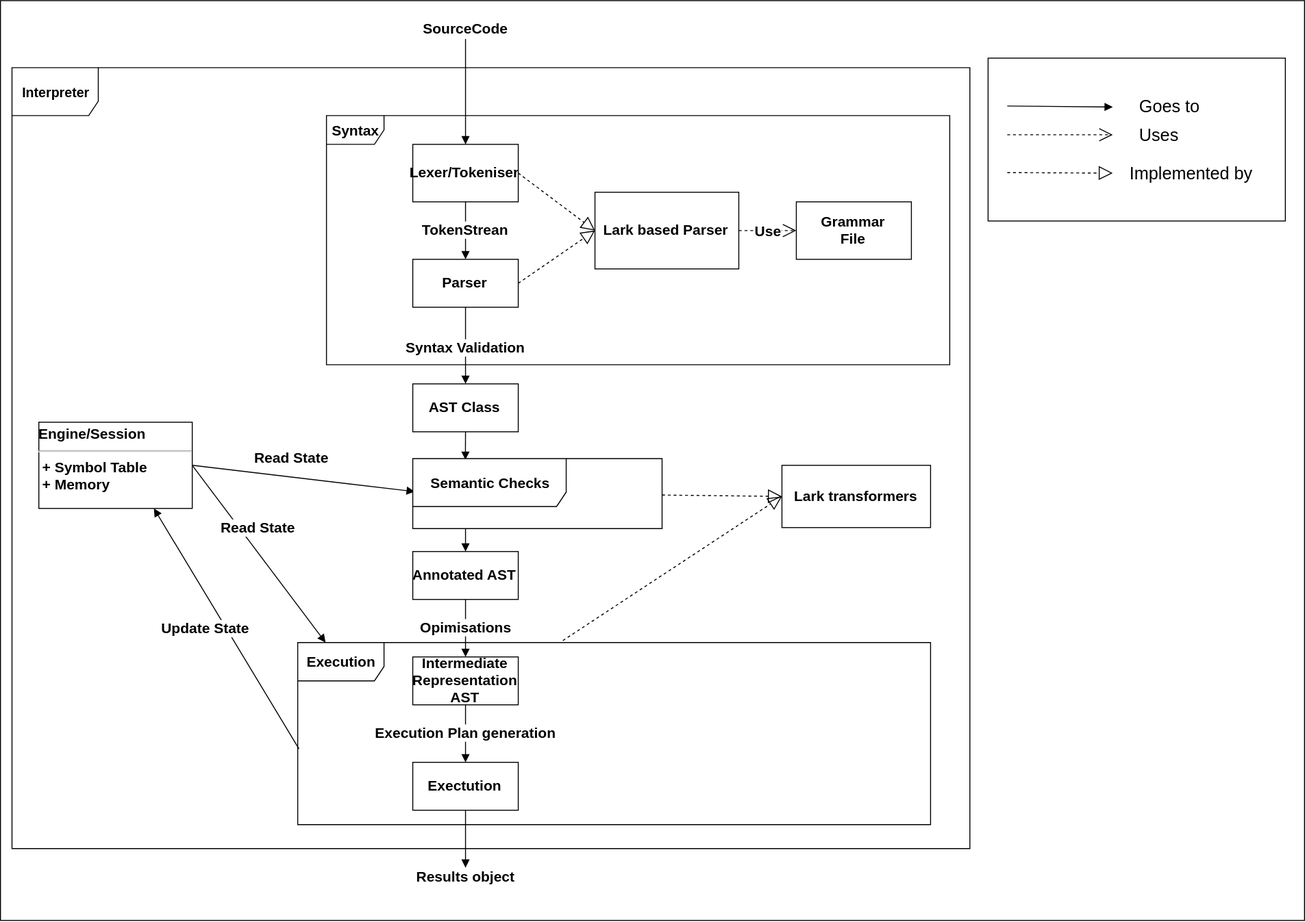
The draw.io diagram doc/interpreter_flow.svg in DeanLight/spannerlib, before a commit. Source tidied: cells renumbered, new cells last; positions are measured from the earlier drawing's top-left corner, leaving out a move shared by most shapes.
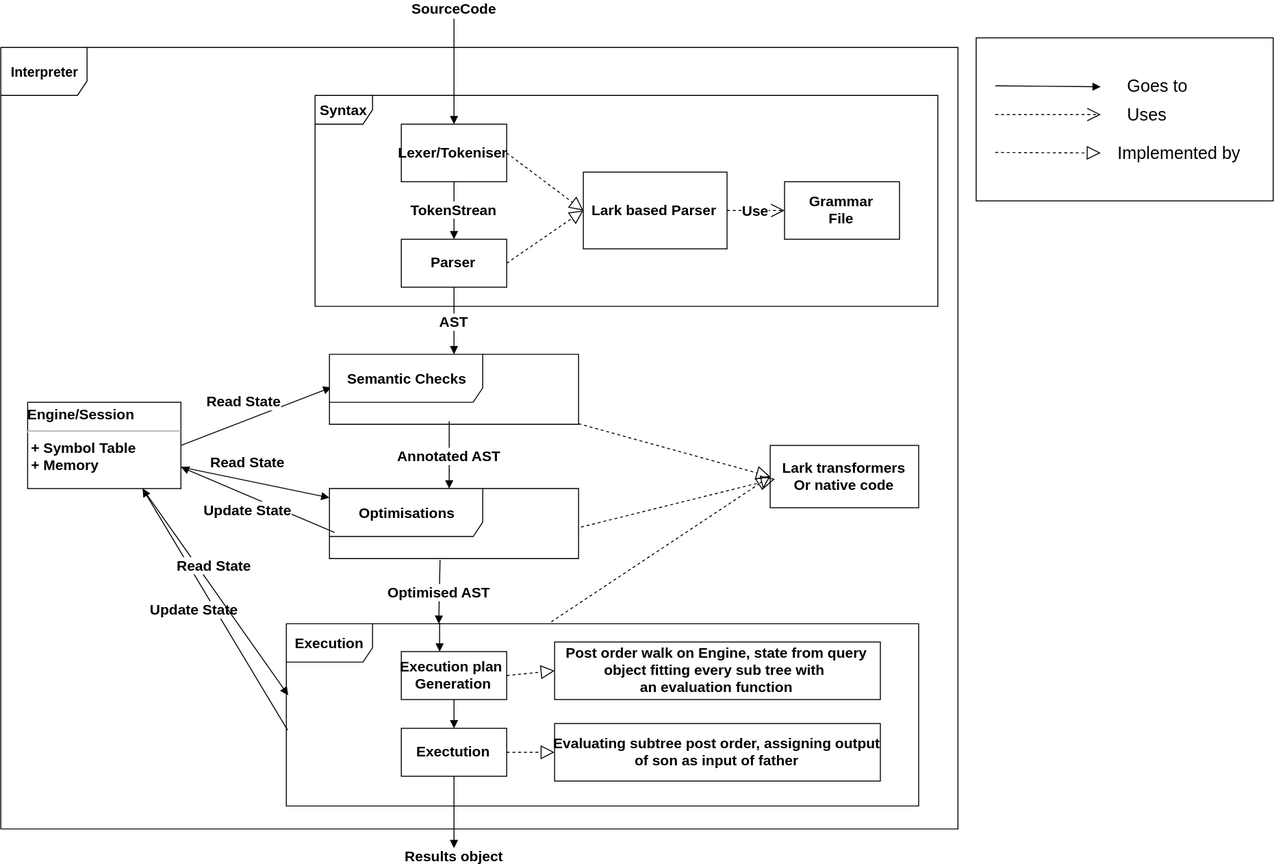
After the commit.

What changed in the source:
```diff
@@ -2,17 +2,14 @@
   <root>
     <mxCell id="0" />
     <mxCell id="1" parent="0" />
-    <mxCell id="2" style="rounded=0;whiteSpace=wrap;html=1;fontSize=14;" parent="1" vertex="1">
-      <mxGeometry width="1360" height="960" as="geometry" />
-    </mxCell>
     <mxCell id="3" value="&lt;b&gt;Interpreter&lt;/b&gt;" style="shape=umlFrame;whiteSpace=wrap;html=1;width=90;height=50;fontSize=14;" parent="1" vertex="1">
       <mxGeometry x="12" y="70" width="999" height="815" as="geometry" />
     </mxCell>
     <mxCell id="4" value="Syntax" style="shape=umlFrame;whiteSpace=wrap;html=1;fontSize=15;fontStyle=1;" parent="1" vertex="1">
-      <mxGeometry x="340" y="120" width="650" height="260" as="geometry" />
+      <mxGeometry x="340" y="120" width="650" height="220" as="geometry" />
     </mxCell>
     <mxCell id="5" value="Execution" style="shape=umlFrame;whiteSpace=wrap;html=1;width=90;height=40;fontSize=15;fontStyle=1;" parent="1" vertex="1">
-      <mxGeometry x="310" y="670" width="660" height="190" as="geometry" />
+      <mxGeometry x="310" y="671" width="660" height="190" as="geometry" />
     </mxCell>
     <mxCell id="6" value="Lexer/Tokeniser" style="html=1;fontSize=15;fontStyle=1;" parent="1" vertex="1">
       <mxGeometry x="430" y="150" width="110" height="60" as="geometry" />
@@ -28,39 +25,28 @@
     <mxCell id="9" value="TokenStrean" style="html=1;verticalAlign=bottom;endArrow=block;entryX=0.5;entryY=0;entryDx=0;entryDy=0;exitX=0.5;exitY=1;exitDx=0;exitDy=0;fontSize=15;fontStyle=1;" parent="1" edge="1" source="6" target="8">
       <mxGeometry x="0.33" relative="1" as="geometry" />
     </mxCell>
-    <mxCell id="10" value="AST Class" style="html=1;fontSize=15;fontStyle=1;" parent="1" vertex="1">
-      <mxGeometry x="430" y="400" width="110" height="50" as="geometry" />
-    </mxCell>
-    <mxCell id="11" value="Syntax Validation" style="html=1;verticalAlign=bottom;endArrow=block;entryX=0.5;entryY=0;entryDx=0;entryDy=0;exitX=0.5;exitY=1;exitDx=0;exitDy=0;fontSize=15;fontStyle=1;" parent="1" edge="1" source="8" target="10">
+    <mxCell id="11" value="AST" style="html=1;verticalAlign=bottom;endArrow=block;exitX=0.5;exitY=1;exitDx=0;exitDy=0;fontSize=15;fontStyle=1;" parent="1" edge="1" source="8" target="32">
       <mxGeometry x="0.33" relative="1" as="geometry" />
     </mxCell>
     <mxCell id="12" value="Exectution" style="html=1;fontSize=15;fontStyle=1;" parent="1" vertex="1">
-      <mxGeometry x="430" y="795" width="110" height="50" as="geometry" />
+      <mxGeometry x="430" y="780" width="110" height="50" as="geometry" />
     </mxCell>
-    <mxCell id="13" value="Execution Plan generation" style="html=1;verticalAlign=bottom;endArrow=block;entryX=0.5;entryY=0;entryDx=0;entryDy=0;exitX=0.5;exitY=1;exitDx=0;exitDy=0;fontSize=15;fontStyle=1;" parent="1" edge="1" source="14" target="12">
+    <mxCell id="13" style="html=1;verticalAlign=bottom;endArrow=block;entryX=0.5;entryY=0;entryDx=0;entryDy=0;exitX=0.5;exitY=1;exitDx=0;exitDy=0;fontSize=15;fontStyle=1;" parent="1" edge="1" source="14" target="12">
       <mxGeometry x="0.33" relative="1" as="geometry" />
     </mxCell>
-    <mxCell id="14" value="Intermediate &lt;br style=&quot;font-size: 15px;&quot;&gt;Representation &lt;br style=&quot;font-size: 15px;&quot;&gt;AST" style="html=1;fontSize=15;fontStyle=1;" parent="1" vertex="1">
-      <mxGeometry x="430" y="685" width="110" height="50" as="geometry" />
+    <mxCell id="14" value="Execution plan&amp;nbsp;&lt;br&gt;Generation" style="html=1;fontSize=15;fontStyle=1;" parent="1" vertex="1">
+      <mxGeometry x="430" y="700" width="110" height="50" as="geometry" />
     </mxCell>
-    <mxCell id="15" value="Opimisations" style="html=1;verticalAlign=bottom;endArrow=block;entryX=0.5;entryY=0;entryDx=0;entryDy=0;fontSize=15;fontStyle=1;" parent="1" edge="1" source="16" target="14">
-      <mxGeometry x="0.33" relative="1" as="geometry" />
-    </mxCell>
-    <mxCell id="16" value="Annotated AST" style="html=1;fontSize=15;fontStyle=1;" parent="1" vertex="1">
-      <mxGeometry x="430" y="575" width="110" height="50" as="geometry" />
-    </mxCell>
-    <mxCell id="17" style="html=1;verticalAlign=bottom;endArrow=block;entryX=0.211;entryY=0.018;entryDx=0;entryDy=0;exitX=0.5;exitY=1;exitDx=0;exitDy=0;fontSize=15;entryPerimeter=0;fontStyle=1;" parent="1" edge="1" source="10" target="32">
-      <mxGeometry x="0.33" relative="1" as="geometry" />
-    </mxCell>
-    <mxCell id="18" style="html=1;verticalAlign=bottom;endArrow=block;entryX=0.5;entryY=0;entryDx=0;entryDy=0;fontSize=15;fontStyle=1;" parent="1" edge="1" target="16">
+    <mxCell id="18" value="Annotated AST" style="html=1;verticalAlign=bottom;endArrow=block;fontSize=15;fontStyle=1;" parent="1" edge="1">
       <mxGeometry x="0.33" relative="1" as="geometry">
-        <mxPoint x="485" y="551" as="sourcePoint" />
+        <mxPoint x="480" y="460" as="sourcePoint" />
+        <mxPoint x="480" y="530" as="targetPoint" />
       </mxGeometry>
     </mxCell>
     <mxCell id="19" value="Update State" style="html=1;verticalAlign=bottom;endArrow=block;entryX=0.75;entryY=1;entryDx=0;entryDy=0;exitX=0.002;exitY=0.584;exitDx=0;exitDy=0;exitPerimeter=0;fontSize=15;fontStyle=1;" parent="1" edge="1" source="5" target="31">
       <mxGeometry x="0.01" y="24" relative="1" as="geometry" />
     </mxCell>
-    <mxCell id="20" value="Read State" style="html=1;verticalAlign=bottom;endArrow=block;exitX=1;exitY=0.5;exitDx=0;exitDy=0;entryX=0.044;entryY=0;entryDx=0;entryDy=0;entryPerimeter=0;fontSize=15;fontStyle=1;" parent="1" edge="1" source="31" target="5">
+    <mxCell id="20" value="Read State" style="html=1;verticalAlign=bottom;endArrow=block;exitX=0.75;exitY=1;exitDx=0;exitDy=0;entryX=0.003;entryY=0.392;entryDx=0;entryDy=0;entryPerimeter=0;fontSize=15;fontStyle=1;" parent="1" edge="1" source="31" target="5">
       <mxGeometry x="-0.12" y="9" relative="1" as="geometry" />
     </mxCell>
     <mxCell id="21" value="&lt;font style=&quot;font-size: 15px;&quot;&gt;Results object&lt;/font&gt;" style="html=1;verticalAlign=bottom;endArrow=block;exitX=0.5;exitY=1;exitDx=0;exitDy=0;fontSize=15;fontStyle=1;" parent="1" edge="1" source="12">
@@ -93,14 +79,14 @@
     <mxCell id="29" style="endArrow=block;dashed=1;endFill=0;endSize=12;html=1;fontSize=15;exitX=0.419;exitY=-0.011;exitDx=0;exitDy=0;exitPerimeter=0;entryX=0;entryY=0.5;entryDx=0;entryDy=0;fontStyle=1;" parent="1" edge="1" source="5" target="30">
       <mxGeometry relative="1" as="geometry" />
     </mxCell>
-    <mxCell id="30" value="Lark transformers" style="html=1;fontSize=15;fontStyle=1;" parent="1" vertex="1">
+    <mxCell id="30" value="Lark transformers&lt;br&gt;Or native code" style="html=1;fontSize=15;fontStyle=1;" parent="1" vertex="1">
       <mxGeometry x="815" y="485" width="155" height="65" as="geometry" />
     </mxCell>
     <mxCell id="31" value="&lt;p style=&quot;margin: 4px 0px 0px; text-align: center; font-size: 15px;&quot;&gt;&lt;/p&gt;&lt;span style=&quot;font-size: 15px; text-align: center;&quot;&gt;Engine/Session&lt;br style=&quot;font-size: 15px;&quot;&gt;&lt;/span&gt;&lt;hr style=&quot;font-size: 15px;&quot;&gt;&lt;p style=&quot;margin: 0px 0px 0px 4px; font-size: 15px;&quot;&gt;+ Symbol Table&lt;/p&gt;&lt;p style=&quot;margin: 0px 0px 0px 4px; font-size: 15px;&quot;&gt;+ Memory&amp;nbsp;&lt;/p&gt;" style="verticalAlign=top;align=left;overflow=fill;fontSize=15;fontFamily=Helvetica;html=1;fontStyle=1;" parent="1" vertex="1">
       <mxGeometry x="40" y="440" width="160" height="90" as="geometry" />
     </mxCell>
     <mxCell id="32" value="Semantic Checks" style="shape=umlFrame;whiteSpace=wrap;html=1;fontSize=15;width=160;height=50;fontStyle=1;" parent="1" vertex="1">
-      <mxGeometry x="430" y="478" width="260" height="73" as="geometry" />
+      <mxGeometry x="355" y="390" width="260" height="73" as="geometry" />
     </mxCell>
     <mxCell id="33" style="rounded=0;whiteSpace=wrap;html=1;fontSize=14;" parent="1" vertex="1">
       <mxGeometry x="1030" y="60" width="310" height="170" as="geometry" />
@@ -132,5 +118,38 @@
     <mxCell id="39" value="&lt;font style=&quot;font-size: 18px&quot;&gt;Implemented by&lt;/font&gt;" style="text;html=1;strokeColor=none;fillColor=none;align=center;verticalAlign=middle;whiteSpace=wrap;rounded=0;fontSize=14;" parent="1" vertex="1">
       <mxGeometry x="1171" y="170" width="140" height="20" as="geometry" />
     </mxCell>
+    <mxCell id="40" value="Optimisations" style="shape=umlFrame;whiteSpace=wrap;html=1;fontSize=15;width=160;height=50;fontStyle=1;" parent="1" vertex="1">
+      <mxGeometry x="355" y="530" width="260" height="73" as="geometry" />
+    </mxCell>
+    <mxCell id="41" value="Optimised AST" style="html=1;verticalAlign=bottom;endArrow=block;fontSize=15;fontStyle=1;exitX=0.444;exitY=1.02;exitDx=0;exitDy=0;exitPerimeter=0;entryX=0.241;entryY=0;entryDx=0;entryDy=0;entryPerimeter=0;" parent="1" edge="1" source="40" target="5">
+      <mxGeometry x="0.33" relative="1" as="geometry" />
+    </mxCell>
+    <mxCell id="42" style="endArrow=block;dashed=1;endFill=0;endSize=12;html=1;fontSize=15;exitX=1.01;exitY=0.55;exitDx=0;exitDy=0;exitPerimeter=0;entryX=0.032;entryY=0.538;entryDx=0;entryDy=0;fontStyle=1;entryPerimeter=0;" parent="1" edge="1" source="40" target="30">
+      <mxGeometry relative="1" as="geometry" />
+    </mxCell>
+    <mxCell id="43" value="Update State" style="html=1;verticalAlign=bottom;endArrow=block;entryX=1;entryY=0.75;entryDx=0;entryDy=0;exitX=0.021;exitY=0.628;exitDx=0;exitDy=0;exitPerimeter=0;fontSize=15;fontStyle=1;" parent="1" edge="1" source="40" target="31">
+      <mxGeometry x="0.01" y="24" relative="1" as="geometry" />
+    </mxCell>
+    <mxCell id="44" value="Read State" style="html=1;verticalAlign=bottom;endArrow=block;exitX=1;exitY=0.75;exitDx=0;exitDy=0;fontSize=15;fontStyle=1;" parent="1" edge="1" source="31" target="40">
+      <mxGeometry x="-0.12" y="9" relative="1" as="geometry" />
+    </mxCell>
+    <mxCell id="45" style="html=1;verticalAlign=bottom;endArrow=block;entryX=0.5;entryY=0;entryDx=0;entryDy=0;exitX=0.5;exitY=1;exitDx=0;exitDy=0;fontSize=15;fontStyle=1;" parent="1" edge="1">
+      <mxGeometry x="0.33" relative="1" as="geometry">
+        <mxPoint x="470" y="670" as="sourcePoint" />
+        <mxPoint x="470" y="700" as="targetPoint" />
+      </mxGeometry>
+    </mxCell>
+    <mxCell id="46" style="endArrow=block;dashed=1;endFill=0;endSize=12;html=1;fontSize=15;exitX=1;exitY=0.5;exitDx=0;exitDy=0;entryX=0;entryY=0.5;entryDx=0;entryDy=0;fontStyle=1;" parent="1" edge="1" source="14" target="47">
+      <mxGeometry relative="1" as="geometry" />
+    </mxCell>
+    <mxCell id="47" value="Post order walk on Engine, state from query &lt;br&gt;object&amp;nbsp;fitting every sub tree with&amp;nbsp;&lt;br&gt;an evaluation function" style="html=1;fontSize=15;fontStyle=1;" parent="1" vertex="1">
+      <mxGeometry x="590" y="690" width="340" height="60" as="geometry" />
+    </mxCell>
+    <mxCell id="48" value="Evaluating subtree post order, assigning output&lt;br&gt;of son as input of father" style="html=1;fontSize=15;fontStyle=1;" parent="1" vertex="1">
+      <mxGeometry x="590" y="775" width="340" height="60" as="geometry" />
+    </mxCell>
+    <mxCell id="49" style="endArrow=block;dashed=1;endFill=0;endSize=12;html=1;fontSize=15;exitX=1;exitY=0.5;exitDx=0;exitDy=0;entryX=0;entryY=0.5;entryDx=0;entryDy=0;fontStyle=1;" parent="1" edge="1" source="12" target="48">
+      <mxGeometry relative="1" as="geometry" />
+    </mxCell>
   </root>
 </mxGraphModel>
```
